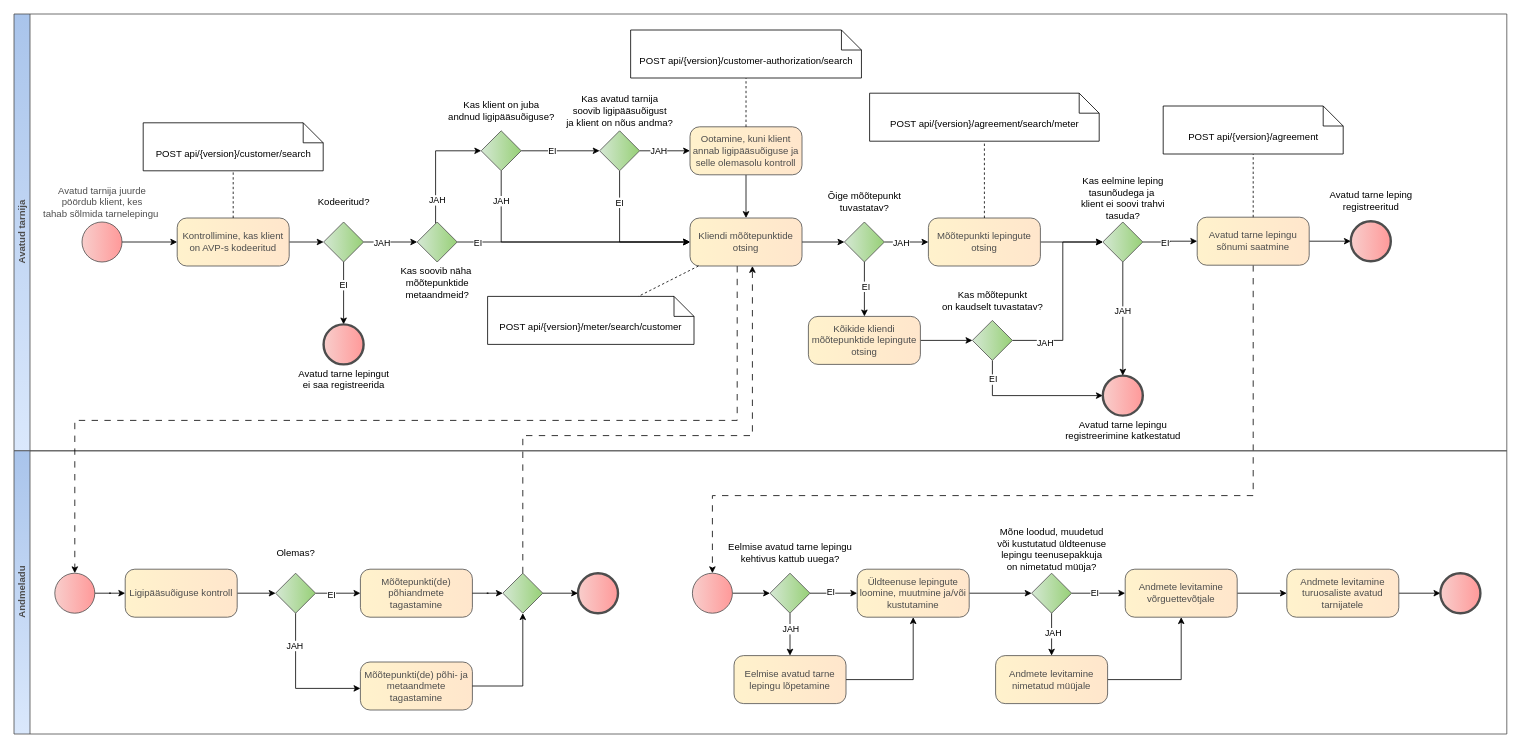
This is page "Avatud tarne lepngu registreerimine" (3 of 8) of diagrams/agreement-management/agreement-management.drawio from Elering/estfeed-datahub-docs, a draw.io file, before an edit. Source tidied: cells renumbered, new cells numbered last; positions are measured from the earlier drawing's top-left corner, leaving out a move shared by most shapes. Both pictures are drawn from the tidied source at 80%, with x=0, y=0 at pixel (14, 14).
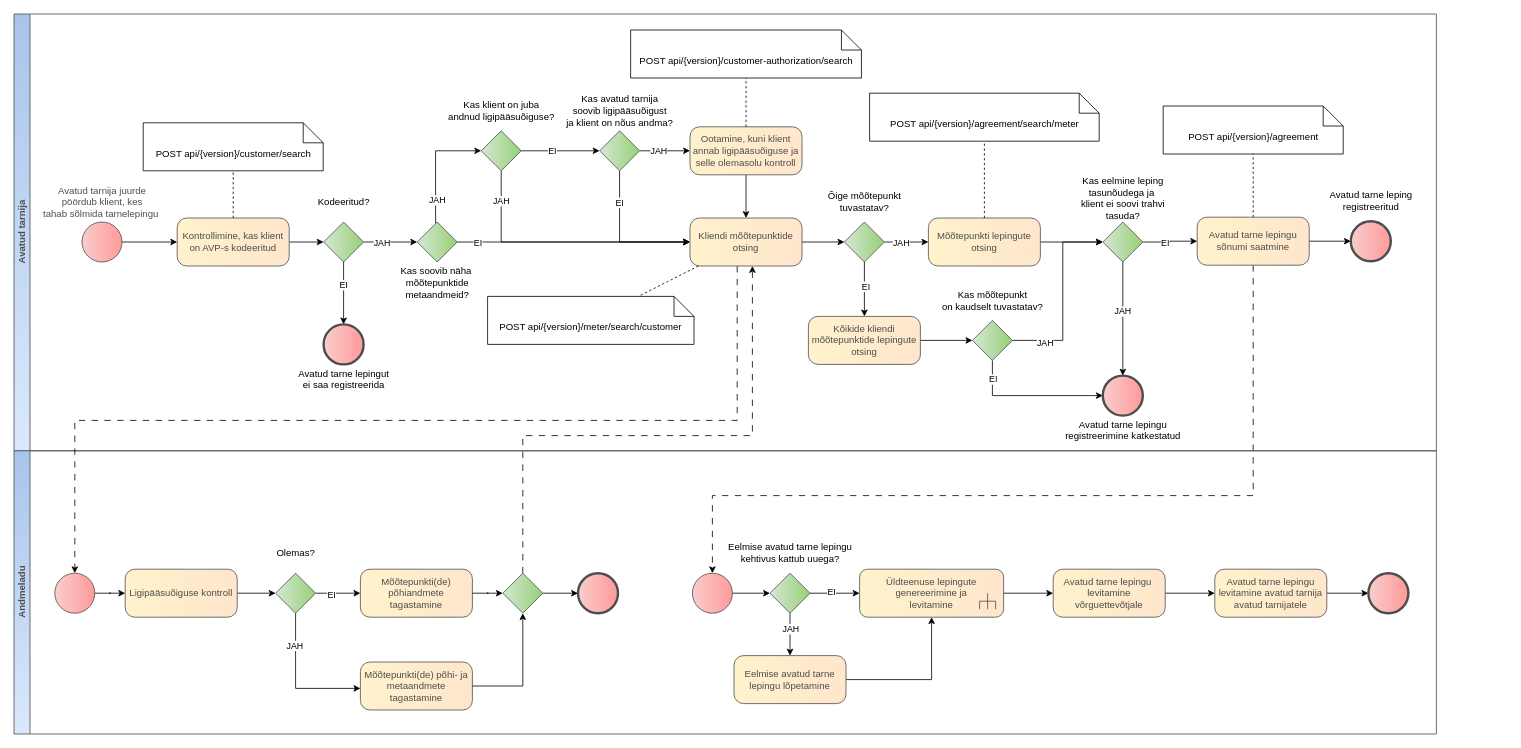
The same diagram, later.

The change refers to these unchanged cells:
```xml
<mxCell id="88" value="Eelmise avatud tarne lepingu&lt;br&gt;kehtivus kattub uuega?" style="points=[[0.25,0.25,0],[0.5,0,0],[0.75,0.25,0],[1,0.5,0],[0.75,0.75,0],[0.5,1,0],[0.25,0.75,0],[0,0.5,0]];shape=mxgraph.bpmn.gateway2;html=1;verticalLabelPosition=top;labelBackgroundColor=#ffffff;verticalAlign=middle;align=center;perimeter=rhombusPerimeter;outlineConnect=0;outline=none;symbol=none;fontFamily=Helvetica;fontSize=12;fontColor=#000000;fillColor=#D5E8D4;strokeColor=#4D4D4D;rounded=0;shadow=0;gradientColor=#97D077;gradientDirection=east;spacing=0;labelPosition=center;" parent="1" vertex="1">
  <mxGeometry x="945" y="699" width="50" height="50" as="geometry" />
</mxCell>
<mxCell id="90" value="Eelmise avatud tarne lepingu lõpetamine" style="rounded=1;whiteSpace=wrap;html=1;arcSize=20;fillColor=#fff2cc;strokeColor=#4D4D4D;shadow=0;fontColor=#4D4D4D;gradientColor=#FFE6CC;gradientDirection=east;glass=0;backgroundOutline=0;enumerate=0;labelBackgroundColor=none;labelBorderColor=none;strokeWidth=1;" parent="1" vertex="1">
  <mxGeometry x="900" y="802" width="140" height="60" as="geometry" />
</mxCell>
```

Change to the diagram source:
```diff
@@
     <mxCell id="12" value="Avatud tarnija" style="swimlane;html=1;horizontal=0;startSize=20;strokeColor=#4D4D4D;fillColor=#dae8fc;fontColor=#4D4D4D;gradientColor=#A9C4EB;gradientDirection=north;rotation=0;" parent="1" vertex="1">
-      <mxGeometry width="1866" height="546" as="geometry" />
+      <mxGeometry width="1778" height="546" as="geometry" />
     </mxCell>
     <mxCell id="13" value="Andmeladu" style="swimlane;html=1;horizontal=0;startSize=20;strokeColor=#4D4D4D;fillColor=#dae8fc;fontColor=#4D4D4D;gradientColor=#A9C4EB;gradientDirection=north;rotation=0;" parent="1" vertex="1">
-      <mxGeometry y="546" width="1866" height="354" as="geometry" />
+      <mxGeometry y="546" width="1778" height="354" as="geometry" />
     </mxCell>
@@
+    <mxCell id="108" value="Üldteenuse lepingute genereerimine ja levitamine" style="html=1;shape=mxgraph.sysml.callBehAct;whiteSpace=wrap;align=center;strokeColor=#4D4D4D;fillColor=#fff2cc;rounded=1;arcSize=40;shadow=0;spacingLeft=20;spacingRight=20;fontColor=#4D4D4D;gradientColor=#FFE6CC;gradientDirection=east;glass=0;labelBackgroundColor=none;labelBorderColor=none;" parent="13" vertex="1">
+      <mxGeometry x="1057" y="148" width="180" height="60" as="geometry" />
+    </mxCell>
@@
-    <mxCell id="86" style="edgeStyle=orthogonalEdgeStyle;rounded=0;jettySize=auto;html=1;" parent="1" edge="1" source="88" target="92">
+    <mxCell id="86" style="edgeStyle=orthogonalEdgeStyle;rounded=0;jettySize=auto;html=1;entryX=0;entryY=0.5;entryDx=0;entryDy=0;entryPerimeter=0;" parent="1" edge="1" source="88" target="108">
       <mxGeometry relative="1" as="geometry" />
     </mxCell>
@@
-    <mxCell id="89" style="edgeStyle=orthogonalEdgeStyle;rounded=0;jettySize=auto;html=1;" parent="1" edge="1" source="90" target="92">
+    <mxCell id="89" style="edgeStyle=orthogonalEdgeStyle;rounded=0;jettySize=auto;html=1;entryX=0.5;entryY=1;entryDx=0;entryDy=0;entryPerimeter=0;" parent="1" edge="1" source="90" target="108">
       <mxGeometry relative="1" as="geometry" />
     </mxCell>
@@
-    <mxCell id="91" style="edgeStyle=orthogonalEdgeStyle;rounded=0;jettySize=auto;html=1;" parent="1" edge="1" source="92" target="97">
-      <mxGeometry relative="1" as="geometry" />
-    </mxCell>
-    <mxCell id="92" value="Üldteenuse lepingute loomine, muutmine ja/või kustutamine" style="rounded=1;whiteSpace=wrap;html=1;arcSize=20;fillColor=#fff2cc;strokeColor=#4D4D4D;shadow=0;fontColor=#4D4D4D;gradientColor=#FFE6CC;gradientDirection=east;glass=0;backgroundOutline=0;enumerate=0;labelBackgroundColor=none;labelBorderColor=none;strokeWidth=1;" parent="1" vertex="1">
-      <mxGeometry x="1054" y="694" width="140" height="60" as="geometry" />
-    </mxCell>
-    <mxCell id="93" style="edgeStyle=orthogonalEdgeStyle;rounded=0;jettySize=auto;html=1;" parent="1" edge="1" source="97" target="101">
-      <mxGeometry relative="1" as="geometry" />
-    </mxCell>
-    <mxCell id="94" value="JAH" style="edgeLabel;html=1;align=center;verticalAlign=middle;" parent="93" vertex="1">
-      <mxGeometry x="-0.09" y="1" relative="1" as="geometry" />
-    </mxCell>
-    <mxCell id="95" style="edgeStyle=orthogonalEdgeStyle;rounded=0;jettySize=auto;html=1;" parent="1" edge="1" source="97" target="103">
+    <mxCell id="95" style="edgeStyle=orthogonalEdgeStyle;rounded=0;jettySize=auto;html=1;exitX=1;exitY=0.5;exitDx=0;exitDy=0;exitPerimeter=0;" parent="1" edge="1" source="108" target="103">
       <mxGeometry relative="1" as="geometry" />
     </mxCell>
-    <mxCell id="96" value="EI" style="edgeLabel;html=1;align=center;verticalAlign=middle;" parent="95" vertex="1">
-      <mxGeometry x="-0.17" y="1" relative="1" as="geometry" />
-    </mxCell>
-    <mxCell id="97" value="Mõne loodud, muudetud&lt;br&gt;või kustutatud üldteenuse&lt;br&gt;lepingu teenusepakkuja&lt;br&gt;on nimetatud müüja?" style="points=[[0.25,0.25,0],[0.5,0,0],[0.75,0.25,0],[1,0.5,0],[0.75,0.75,0],[0.5,1,0],[0.25,0.75,0],[0,0.5,0]];shape=mxgraph.bpmn.gateway2;html=1;verticalLabelPosition=top;labelBackgroundColor=#ffffff;verticalAlign=bottom;align=center;perimeter=rhombusPerimeter;outlineConnect=0;outline=none;symbol=none;fontFamily=Helvetica;fontSize=12;fontColor=#000000;fillColor=#D5E8D4;strokeColor=#4D4D4D;rounded=0;shadow=0;gradientColor=#97D077;gradientDirection=east;spacing=0;labelPosition=center;" parent="1" vertex="1">
-      <mxGeometry x="1272" y="699" width="50" height="50" as="geometry" />
-    </mxCell>
@@
-    <mxCell id="99" value="Andmete levitamine turuosaliste avatud tarnijatele" style="rounded=1;whiteSpace=wrap;html=1;arcSize=20;fillColor=#fff2cc;strokeColor=#4D4D4D;shadow=0;fontColor=#4D4D4D;gradientColor=#FFE6CC;gradientDirection=east;glass=0;backgroundOutline=0;enumerate=0;labelBackgroundColor=none;labelBorderColor=none;strokeWidth=1;" parent="1" vertex="1">
-      <mxGeometry x="1591" y="694" width="140" height="60" as="geometry" />
+    <mxCell id="99" value="Avatud tarne lepingu levitamine avatud tarnija avatud tarnijatele" style="rounded=1;whiteSpace=wrap;html=1;arcSize=20;fillColor=#fff2cc;strokeColor=#4D4D4D;shadow=0;fontColor=#4D4D4D;gradientColor=#FFE6CC;gradientDirection=east;glass=0;backgroundOutline=0;enumerate=0;labelBackgroundColor=none;labelBorderColor=none;strokeWidth=1;" parent="1" vertex="1">
+      <mxGeometry x="1501" y="694" width="140" height="60" as="geometry" />
     </mxCell>
-    <mxCell id="100" style="edgeStyle=orthogonalEdgeStyle;rounded=0;jettySize=auto;html=1;" parent="1" edge="1" source="101" target="103">
-      <mxGeometry relative="1" as="geometry" />
-    </mxCell>
-    <mxCell id="101" value="Andmete levitamine nimetatud müüjale" style="rounded=1;whiteSpace=wrap;html=1;arcSize=20;fillColor=#fff2cc;strokeColor=#4D4D4D;shadow=0;fontColor=#4D4D4D;gradientColor=#FFE6CC;gradientDirection=east;glass=0;backgroundOutline=0;enumerate=0;labelBackgroundColor=none;labelBorderColor=none;strokeWidth=1;" parent="1" vertex="1">
-      <mxGeometry x="1227" y="802" width="140" height="60" as="geometry" />
-    </mxCell>
@@
-    <mxCell id="103" value="Andmete levitamine võrguettevõtjale" style="rounded=1;whiteSpace=wrap;html=1;arcSize=20;fillColor=#fff2cc;strokeColor=#4D4D4D;shadow=0;fontColor=#4D4D4D;gradientColor=#FFE6CC;gradientDirection=east;glass=0;backgroundOutline=0;enumerate=0;labelBackgroundColor=none;labelBorderColor=none;strokeWidth=1;" parent="1" vertex="1">
-      <mxGeometry x="1389" y="694" width="140" height="60" as="geometry" />
+    <mxCell id="103" value="Avatud tarne lepingu&amp;nbsp; levitamine võrguettevõtjale" style="rounded=1;whiteSpace=wrap;html=1;arcSize=20;fillColor=#fff2cc;strokeColor=#4D4D4D;shadow=0;fontColor=#4D4D4D;gradientColor=#FFE6CC;gradientDirection=east;glass=0;backgroundOutline=0;enumerate=0;labelBackgroundColor=none;labelBorderColor=none;strokeWidth=1;" parent="1" vertex="1">
+      <mxGeometry x="1299" y="694" width="140" height="60" as="geometry" />
     </mxCell>
     <mxCell id="104" style="points=[[0.145,0.145,0],[0.5,0,0],[0.855,0.145,0],[1,0.5,0],[0.855,0.855,0],[0.5,1,0],[0.145,0.855,0],[0,0.5,0]];shape=mxgraph.bpmn.event;html=1;verticalLabelPosition=top;labelBackgroundColor=#ffffff;verticalAlign=middle;align=center;perimeter=ellipsePerimeter;outlineConnect=0;outline=end;symbol=terminate2;fontFamily=Helvetica;fontSize=12;fontColor=#000000;fillColor=#f8cecc;strokeColor=#4D4D4D;rounded=1;shadow=0;strokeWidth=1;gradientColor=#FF9999;gradientDirection=east;spacing=0;spacingTop=0;spacingLeft=0;spacingBottom=0;labelPosition=center;" parent="1" vertex="1">
-      <mxGeometry x="1783" y="699" width="50" height="50" as="geometry" />
+      <mxGeometry x="1693" y="699" width="50" height="50" as="geometry" />
     </mxCell>
```
